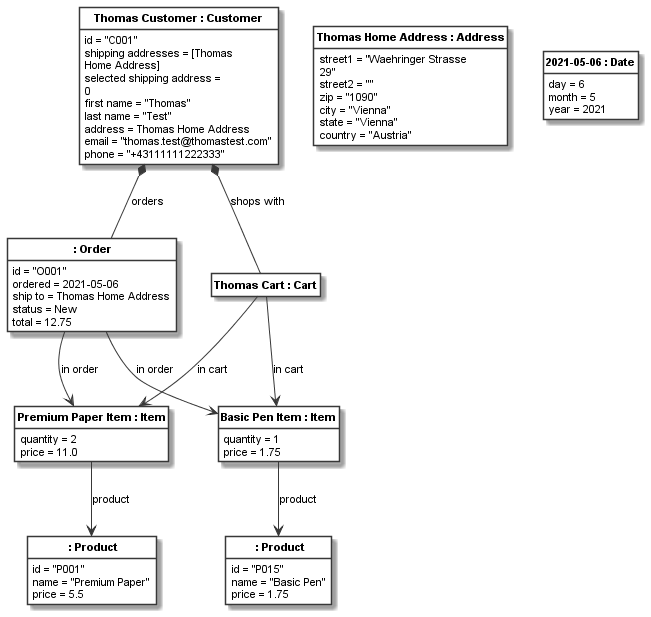
The PlantUML diagram docsrc/source/images/shopping_instance1_order_model.png in uzdun/CodeableModels, before a commit.
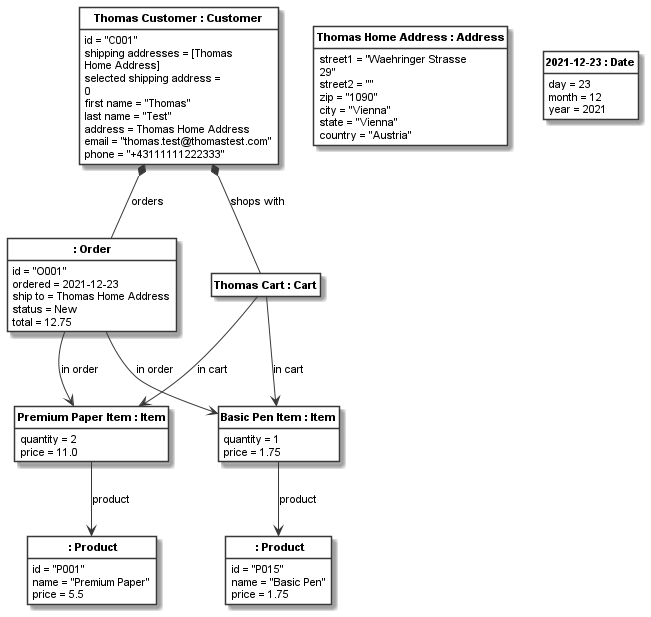
The same file after the commit.

Diff of the diagram source:
```diff
@@ -7,7 +7,7 @@
 skinparam defaultFontSize 11
 class "<b> : Order</b>" as __1_None {
 id = "O001"
-ordered = 2021-05-06
+ordered = 2021-12-23
 ship to = Thomas Home Address
 status = New
 total = 12.75
@@ -56,9 +56,9 @@
 country = "Austria"
 }
 
-class "<b>2021-05-06 : Date</b>" as __9_2021_05_06 {
-day = 6
-month = 5
+class "<b>2021-12-23 : Date</b>" as __9_2021_12_23 {
+day = 23
+month = 12
 year = 2021
 }
 
```
